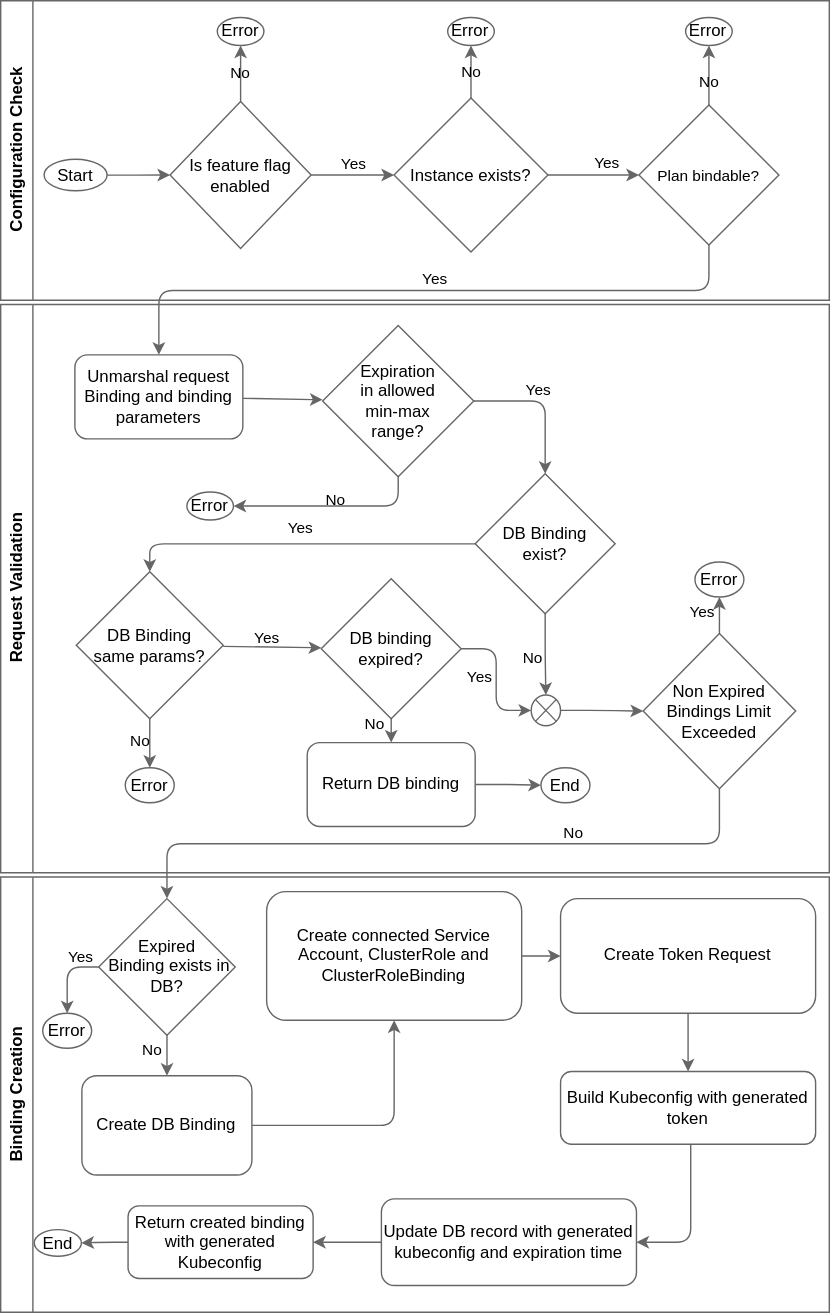
Before: docs/assets/bindings-create-flow.drawio.svg, a diagram exported from draw.io (kyma-project/kyma-environment-broker). Source tidied: cells renumbered, new cells last; positions are measured from the earlier drawing's top-left corner, leaving out a move shared by most shapes.
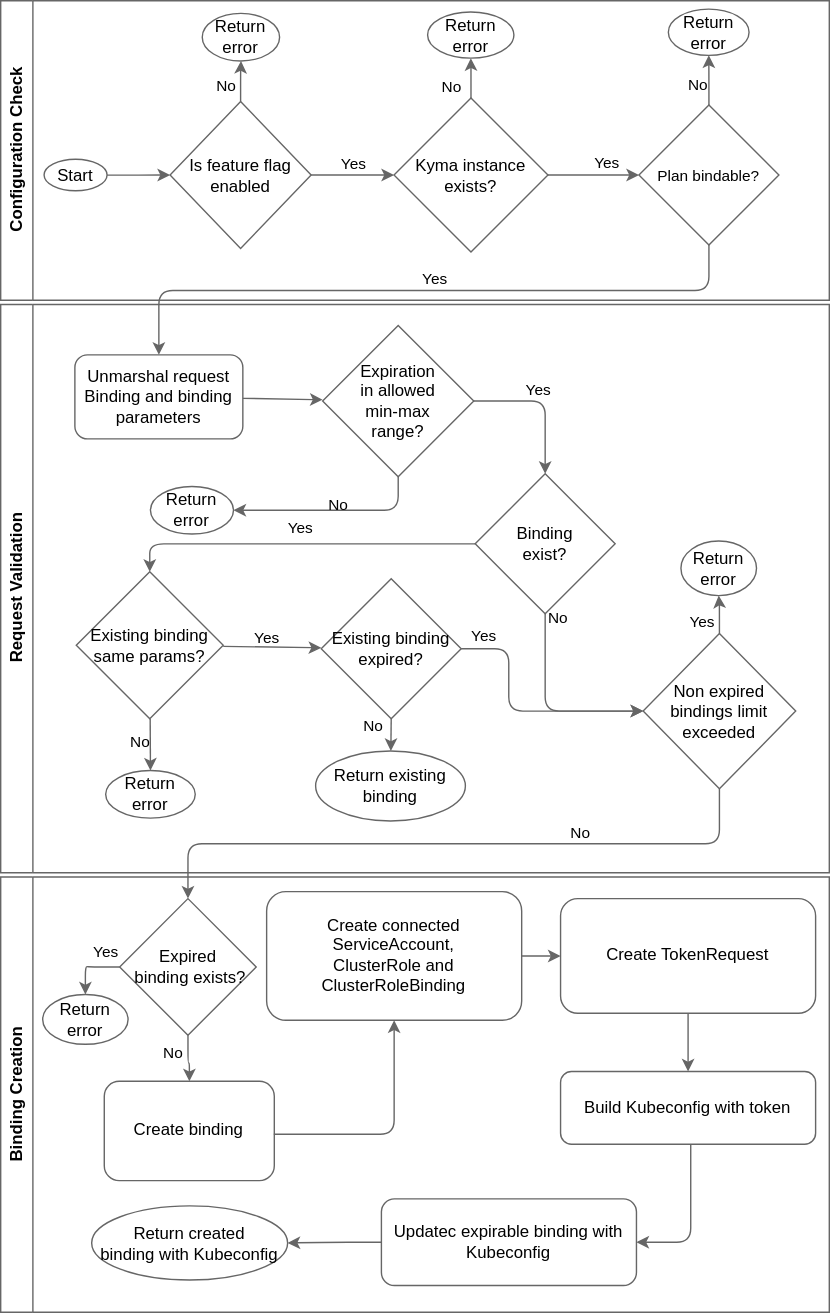
After the change.

The edit, as a diff of the source:
```diff
@@ -27,3 +27,3 @@
     <mxCell id="7" value="No" style="edgeStyle=orthogonalEdgeStyle;rounded=1;jettySize=auto;html=1;labelBackgroundColor=none;fontColor=#000000;curved=0;strokeColor=#666666;" parent="5" edge="1" source="8" target="19">
-      <mxGeometry relative="1" as="geometry" />
+      <mxGeometry x="-0.25" y="10" relative="1" as="geometry" />
     </mxCell>
@@ -36,5 +36,7 @@
     <mxCell id="10" value="No" style="edgeStyle=orthogonalEdgeStyle;rounded=1;jettySize=auto;html=1;labelBackgroundColor=none;fontColor=#000000;curved=0;strokeColor=#666666;" parent="5" edge="1" source="11" target="16">
-      <mxGeometry relative="1" as="geometry" />
+      <mxGeometry x="-0.55" y="11" relative="1" as="geometry">
+        <mxPoint x="-3" y="-2" as="offset" />
+      </mxGeometry>
     </mxCell>
-    <mxCell id="11" value="&lt;div&gt;&lt;span style=&quot;&quot;&gt;Instance exists?&lt;/span&gt;&lt;br&gt;&lt;/div&gt;" style="strokeWidth=1;html=1;shape=mxgraph.flowchart.decision;whiteSpace=wrap;rounded=0;labelBackgroundColor=none;fontColor=#000000;fillColor=#ffffff;strokeColor=#666666;" parent="5" vertex="1">
+    <mxCell id="11" value="&lt;div&gt;&lt;span style=&quot;&quot;&gt;Kyma instance exists?&lt;/span&gt;&lt;br&gt;&lt;/div&gt;" style="strokeWidth=1;html=1;shape=mxgraph.flowchart.decision;whiteSpace=wrap;rounded=0;labelBackgroundColor=none;fontColor=#000000;fillColor=#ffffff;strokeColor=#666666;" parent="5" vertex="1">
       <mxGeometry x="281" y="69.5" width="110" height="110" as="geometry" />
@@ -55,4 +57,4 @@
     </mxCell>
-    <mxCell id="16" value="Error" style="strokeWidth=1;html=1;shape=mxgraph.flowchart.start_1;whiteSpace=wrap;rounded=0;labelBackgroundColor=none;fontColor=#000000;fillColor=#ffffff;strokeColor=#666666;" parent="5" vertex="1">
-      <mxGeometry x="319.3" y="12" width="33.3" height="20" as="geometry" />
+    <mxCell id="16" value="Return error" style="strokeWidth=1;html=1;shape=mxgraph.flowchart.start_1;whiteSpace=wrap;rounded=0;labelBackgroundColor=none;fontColor=#000000;fillColor=#ffffff;strokeColor=#666666;" parent="5" vertex="1">
+      <mxGeometry x="305" y="8" width="61.7" height="33" as="geometry" />
     </mxCell>
@@ -62,9 +64,11 @@
     <mxCell id="18" value="No" style="edgeLabel;html=1;align=center;verticalAlign=middle;rounded=0;labelBackgroundColor=none;fontColor=#000000;" parent="17" vertex="1">
-      <mxGeometry x="-0.18" y="1" relative="1" as="geometry" />
+      <mxGeometry x="-0.18" y="1" relative="1" as="geometry">
+        <mxPoint x="-8" as="offset" />
+      </mxGeometry>
     </mxCell>
-    <mxCell id="19" value="Error" style="strokeWidth=1;html=1;shape=mxgraph.flowchart.start_1;whiteSpace=wrap;rounded=0;labelBackgroundColor=none;fontColor=#000000;fillColor=#ffffff;strokeColor=#666666;" parent="5" vertex="1">
-      <mxGeometry x="154.7" y="12" width="33.3" height="20" as="geometry" />
+    <mxCell id="19" value="Return error" style="strokeWidth=1;html=1;shape=mxgraph.flowchart.start_1;whiteSpace=wrap;rounded=0;labelBackgroundColor=none;fontColor=#000000;fillColor=#ffffff;strokeColor=#666666;" parent="5" vertex="1">
+      <mxGeometry x="144" y="9" width="55.3" height="34" as="geometry" />
     </mxCell>
-    <mxCell id="20" value="Error" style="strokeWidth=1;html=1;shape=mxgraph.flowchart.start_1;whiteSpace=wrap;rounded=0;labelBackgroundColor=none;fontColor=#000000;fillColor=#ffffff;strokeColor=#666666;" parent="5" vertex="1">
-      <mxGeometry x="489.3" y="12" width="33.3" height="20" as="geometry" />
+    <mxCell id="20" value="Return error" style="strokeWidth=1;html=1;shape=mxgraph.flowchart.start_1;whiteSpace=wrap;rounded=0;labelBackgroundColor=none;fontColor=#000000;fillColor=#ffffff;strokeColor=#666666;" parent="5" vertex="1">
+      <mxGeometry x="477" y="6" width="57.7" height="33" as="geometry" />
     </mxCell>
@@ -73,10 +77,12 @@
     </mxCell>
-    <mxCell id="22" style="verticalLabelPosition=bottom;verticalAlign=top;html=1;shape=mxgraph.flowchart.or;strokeColor=#666666;fillColor=#ffffff;" parent="21" vertex="1">
-      <mxGeometry x="379" y="279" width="21" height="22" as="geometry" />
-    </mxCell>
-    <mxCell id="23" value="&lt;div&gt;DB binding expired?&lt;/div&gt;" style="strokeWidth=1;html=1;shape=mxgraph.flowchart.decision;whiteSpace=wrap;rounded=0;labelBackgroundColor=none;fontColor=#000000;fillColor=#ffffff;strokeColor=#666666;" parent="21" vertex="1">
+    <mxCell id="23" value="&lt;div&gt;Existing binding expired?&lt;/div&gt;" style="strokeWidth=1;html=1;shape=mxgraph.flowchart.decision;whiteSpace=wrap;rounded=0;labelBackgroundColor=none;fontColor=#000000;fillColor=#ffffff;strokeColor=#666666;" parent="21" vertex="1">
       <mxGeometry x="229" y="196" width="100" height="100" as="geometry" />
     </mxCell>
-    <mxCell id="24" value="Yes" style="edgeStyle=orthogonalEdgeStyle;rounded=1;jettySize=auto;html=1;labelBackgroundColor=none;fontColor=#000000;strokeColor=#666666;curved=0;entryX=0;entryY=0.5;entryDx=0;entryDy=0;entryPerimeter=0;exitX=1;exitY=0.5;exitDx=0;exitDy=0;exitPerimeter=0;" parent="21" edge="1" source="23" target="22">
-      <mxGeometry x="-0.04" y="-12" relative="1" as="geometry" />
+    <mxCell id="24" value="Yes" style="edgeStyle=orthogonalEdgeStyle;rounded=1;jettySize=auto;html=1;labelBackgroundColor=none;fontColor=#000000;strokeColor=#666666;curved=0;entryX=0;entryY=0.5;entryDx=0;entryDy=0;entryPerimeter=0;exitX=1;exitY=0.5;exitDx=0;exitDy=0;exitPerimeter=0;" parent="21" edge="1" source="23" target="39">
+      <mxGeometry x="-0.82" y="9" relative="1" as="geometry">
+        <Array as="points">
+          <mxPoint x="363" y="246" />
+          <mxPoint x="363" y="291" />
+        </Array>
+      </mxGeometry>
     </mxCell>
@@ -85,10 +91,10 @@
     </mxCell>
-    <mxCell id="26" value="&lt;div&gt;DB Binding&lt;br&gt;exist?&lt;/div&gt;" style="strokeWidth=1;html=1;shape=mxgraph.flowchart.decision;whiteSpace=wrap;rounded=0;labelBackgroundColor=none;fontColor=#000000;fillColor=#ffffff;strokeColor=#666666;" parent="21" vertex="1">
+    <mxCell id="26" value="&lt;div&gt;Binding&lt;br&gt;exist?&lt;/div&gt;" style="strokeWidth=1;html=1;shape=mxgraph.flowchart.decision;whiteSpace=wrap;rounded=0;labelBackgroundColor=none;fontColor=#000000;fillColor=#ffffff;strokeColor=#666666;" parent="21" vertex="1">
       <mxGeometry x="339" y="121" width="100" height="100" as="geometry" />
     </mxCell>
-    <mxCell id="27" value="No" style="edgeStyle=orthogonalEdgeStyle;rounded=1;jettySize=auto;html=1;labelBackgroundColor=none;fontColor=#000000;strokeColor=#666666;entryX=0.5;entryY=0;entryDx=0;entryDy=0;curved=0;entryPerimeter=0;exitX=0.5;exitY=1;exitDx=0;exitDy=0;exitPerimeter=0;" parent="21" edge="1" source="26" target="22">
-      <mxGeometry x="0.1" y="-10" relative="1" as="geometry" />
+    <mxCell id="27" value="No" style="edgeStyle=orthogonalEdgeStyle;rounded=1;jettySize=auto;html=1;labelBackgroundColor=none;fontColor=#000000;strokeColor=#666666;entryX=0;entryY=0.5;entryDx=0;entryDy=0;curved=0;entryPerimeter=0;exitX=0.5;exitY=1;exitDx=0;exitDy=0;exitPerimeter=0;" parent="21" edge="1" source="26" target="39">
+      <mxGeometry x="-0.96" y="9" relative="1" as="geometry" />
     </mxCell>
-    <mxCell id="28" value="Error" style="strokeWidth=1;html=1;shape=mxgraph.flowchart.start_1;whiteSpace=wrap;rounded=0;labelBackgroundColor=none;fontColor=#000000;fillColor=#ffffff;strokeColor=#666666;" parent="21" vertex="1">
-      <mxGeometry x="133" y="134" width="33.3" height="20" as="geometry" />
+    <mxCell id="28" value="Return error" style="strokeWidth=1;html=1;shape=mxgraph.flowchart.start_1;whiteSpace=wrap;rounded=0;labelBackgroundColor=none;fontColor=#000000;fillColor=#ffffff;strokeColor=#666666;" parent="21" vertex="1">
+      <mxGeometry x="107" y="130" width="59.3" height="34" as="geometry" />
     </mxCell>
@@ -111,6 +117,6 @@
     </mxCell>
-    <mxCell id="34" value="Error" style="strokeWidth=1;html=1;shape=mxgraph.flowchart.start_1;whiteSpace=wrap;rounded=0;labelBackgroundColor=none;fontColor=#000000;fillColor=#ffffff;strokeColor=#666666;" parent="21" vertex="1">
-      <mxGeometry x="89" y="331" width="35" height="25" as="geometry" />
+    <mxCell id="34" value="Return error" style="strokeWidth=1;html=1;shape=mxgraph.flowchart.start_1;whiteSpace=wrap;rounded=0;labelBackgroundColor=none;fontColor=#000000;fillColor=#ffffff;strokeColor=#666666;" parent="21" vertex="1">
+      <mxGeometry x="75" y="333" width="64" height="34" as="geometry" />
     </mxCell>
-    <mxCell id="35" value="&lt;div&gt;DB Binding&lt;br&gt;same params?&lt;/div&gt;" style="strokeWidth=1;html=1;shape=mxgraph.flowchart.decision;whiteSpace=wrap;rounded=0;labelBackgroundColor=none;fontColor=#000000;fillColor=#ffffff;strokeColor=#666666;" parent="21" vertex="1">
+    <mxCell id="35" value="&lt;div&gt;Existing binding&lt;br&gt;same params?&lt;/div&gt;" style="strokeWidth=1;html=1;shape=mxgraph.flowchart.decision;whiteSpace=wrap;rounded=0;labelBackgroundColor=none;fontColor=#000000;fillColor=#ffffff;strokeColor=#666666;" parent="21" vertex="1">
       <mxGeometry x="54" y="191" width="105" height="105" as="geometry" />
@@ -128,3 +134,3 @@
     </mxCell>
-    <mxCell id="39" value="Non Expired Bindings Limit Exceeded" style="strokeWidth=1;html=1;shape=mxgraph.flowchart.decision;whiteSpace=wrap;rounded=0;labelBackgroundColor=none;fontColor=#000000;fillColor=#ffffff;strokeColor=#666666;" parent="21" vertex="1">
+    <mxCell id="39" value="Non expired bindings limit exceeded" style="strokeWidth=1;html=1;shape=mxgraph.flowchart.decision;whiteSpace=wrap;rounded=0;labelBackgroundColor=none;fontColor=#000000;fillColor=#ffffff;strokeColor=#666666;" parent="21" vertex="1">
       <mxGeometry x="459" y="235" width="109" height="111" as="geometry" />
@@ -134,13 +140,6 @@
     </mxCell>
-    <mxCell id="41" style="edgeStyle=orthogonalEdgeStyle;rounded=1;jettySize=auto;html=1;strokeColor=#666666;curved=0;entryX=0;entryY=0.5;entryDx=0;entryDy=0;entryPerimeter=0;exitX=1;exitY=0.5;exitDx=0;exitDy=0;exitPerimeter=0;" parent="21" edge="1" source="22" target="39">
-      <mxGeometry relative="1" as="geometry" />
-    </mxCell>
-    <mxCell id="42" style="edgeStyle=orthogonalEdgeStyle;rounded=0;jettySize=auto;html=1;strokeColor=#666666;" parent="21" edge="1" source="43" target="49">
-      <mxGeometry relative="1" as="geometry" />
-    </mxCell>
-    <mxCell id="43" value="Return DB binding" style="whiteSpace=wrap;html=1;strokeWidth=1;rounded=1;labelBackgroundColor=none;fontColor=#000000;fillColor=#ffffff;strokeColor=#666666;" parent="21" vertex="1">
-      <mxGeometry x="219" y="313" width="120" height="60" as="geometry" />
-    </mxCell>
-    <mxCell id="44" style="edgeStyle=none;curved=0;rounded=1;jettySize=auto;html=1;fontFamily=Architects Daughter;fontSource=https%3A%2F%2Ffonts.googleapis.com%2Fcss%3Ffamily%3DArchitects%2BDaughter;fontSize=16;startSize=6;endArrow=classic;endSize=6;sourcePerimeterSpacing=0;targetPerimeterSpacing=0;endFill=1;labelBackgroundColor=none;fontColor=#000000;strokeColor=#666666;exitX=0.5;exitY=1;exitDx=0;exitDy=0;exitPerimeter=0;entryX=0.5;entryY=0;entryDx=0;entryDy=0;" parent="21" edge="1" source="23" target="43">
-      <mxGeometry relative="1" as="geometry" />
+    <mxCell id="44" style="edgeStyle=none;curved=0;rounded=1;jettySize=auto;html=1;fontFamily=Architects Daughter;fontSource=https%3A%2F%2Ffonts.googleapis.com%2Fcss%3Ffamily%3DArchitects%2BDaughter;fontSize=16;startSize=6;endArrow=classic;endSize=6;sourcePerimeterSpacing=0;targetPerimeterSpacing=0;endFill=1;labelBackgroundColor=none;fontColor=#000000;strokeColor=#666666;" parent="21" edge="1" target="49">
+      <mxGeometry relative="1" as="geometry">
+        <mxPoint x="279" y="296" as="sourcePoint" />
+      </mxGeometry>
     </mxCell>
@@ -151,4 +150,4 @@
     </mxCell>
-    <mxCell id="46" value="Error" style="strokeWidth=1;html=1;shape=mxgraph.flowchart.start_1;whiteSpace=wrap;rounded=0;labelBackgroundColor=none;fontColor=#000000;fillColor=#ffffff;strokeColor=#666666;" parent="21" vertex="1">
-      <mxGeometry x="496" y="184" width="35" height="25" as="geometry" />
+    <mxCell id="46" value="Return error" style="strokeWidth=1;html=1;shape=mxgraph.flowchart.start_1;whiteSpace=wrap;rounded=0;labelBackgroundColor=none;fontColor=#000000;fillColor=#ffffff;strokeColor=#666666;" parent="21" vertex="1">
+      <mxGeometry x="486" y="169" width="54" height="39" as="geometry" />
     </mxCell>
@@ -162,4 +161,4 @@
     </mxCell>
-    <mxCell id="49" value="End" style="strokeWidth=1;html=1;shape=mxgraph.flowchart.start_1;whiteSpace=wrap;rounded=0;labelBackgroundColor=none;fontColor=#000000;fillColor=#ffffff;strokeColor=#666666;" parent="21" vertex="1">
-      <mxGeometry x="386" y="331" width="35" height="25" as="geometry" />
+    <mxCell id="49" value="Return existing binding" style="strokeWidth=1;html=1;shape=mxgraph.flowchart.start_1;whiteSpace=wrap;rounded=0;labelBackgroundColor=none;fontColor=#000000;fillColor=#ffffff;strokeColor=#666666;" parent="21" vertex="1">
+      <mxGeometry x="225" y="319" width="107" height="50" as="geometry" />
     </mxCell>
@@ -168,18 +167,18 @@
     </mxCell>
-    <mxCell id="51" value="Build Kubeconfig with generated token" style="whiteSpace=wrap;html=1;labelBackgroundColor=none;fontColor=#000000;fillColor=#ffffff;strokeColor=#666666;rounded=1;" parent="50" vertex="1">
+    <mxCell id="51" value="Build Kubeconfig with token" style="whiteSpace=wrap;html=1;labelBackgroundColor=none;fontColor=#000000;fillColor=#ffffff;strokeColor=#666666;rounded=1;" parent="50" vertex="1">
       <mxGeometry x="400" y="139" width="182.2" height="51.9" as="geometry" />
     </mxCell>
-    <mxCell id="52" value="End" style="strokeWidth=1;html=1;shape=mxgraph.flowchart.start_1;whiteSpace=wrap;rounded=0;labelBackgroundColor=none;fontColor=#000000;fillColor=#ffffff;strokeColor=#666666;" parent="50" vertex="1">
-      <mxGeometry x="24" y="252" width="33.6" height="19" as="geometry" />
+    <mxCell id="52" value="Return created&lt;br&gt;binding with Kubeconfig" style="strokeWidth=1;html=1;shape=mxgraph.flowchart.start_1;whiteSpace=wrap;rounded=0;labelBackgroundColor=none;fontColor=#000000;fillColor=#ffffff;strokeColor=#666666;" parent="50" vertex="1">
+      <mxGeometry x="65" y="235" width="140" height="53" as="geometry" />
     </mxCell>
-    <mxCell id="53" value="Create DB Binding" style="whiteSpace=wrap;html=1;labelBackgroundColor=none;fontColor=#000000;fillColor=#ffffff;strokeColor=#666666;rounded=1;" parent="50" vertex="1">
-      <mxGeometry x="58" y="142" width="121.5" height="71" as="geometry" />
+    <mxCell id="53" value="Create binding" style="whiteSpace=wrap;html=1;labelBackgroundColor=none;fontColor=#000000;fillColor=#ffffff;strokeColor=#666666;rounded=1;" parent="50" vertex="1">
+      <mxGeometry x="74" y="146" width="121.5" height="71" as="geometry" />
     </mxCell>
-    <mxCell id="54" value="Create connected Service Account, ClusterRole and ClusterRoleBinding" style="whiteSpace=wrap;html=1;labelBackgroundColor=none;fontColor=#000000;fillColor=#ffffff;strokeColor=#666666;rounded=1;" parent="50" vertex="1">
+    <mxCell id="54" value="Create connected ServiceAccount, &lt;br&gt;ClusterRole and ClusterRoleBinding" style="whiteSpace=wrap;html=1;labelBackgroundColor=none;fontColor=#000000;fillColor=#ffffff;strokeColor=#666666;rounded=1;" parent="50" vertex="1">
       <mxGeometry x="190" y="10.5" width="182.2" height="91.9" as="geometry" />
     </mxCell>
-    <mxCell id="55" style="edgeStyle=orthogonalEdgeStyle;rounded=1;jettySize=auto;html=1;labelBackgroundColor=none;fontColor=#000000;strokeColor=#666666;curved=0;" parent="50" edge="1" source="53" target="54">
+    <mxCell id="55" style="edgeStyle=orthogonalEdgeStyle;rounded=1;jettySize=auto;html=1;labelBackgroundColor=none;fontColor=#000000;strokeColor=#666666;curved=0;exitX=0.997;exitY=0.533;exitDx=0;exitDy=0;exitPerimeter=0;" parent="50" edge="1" source="53" target="54">
       <mxGeometry relative="1" as="geometry" />
     </mxCell>
-    <mxCell id="56" value="Create Token Request" style="whiteSpace=wrap;html=1;labelBackgroundColor=none;fontColor=#000000;fillColor=#ffffff;strokeColor=#666666;rounded=1;" parent="50" vertex="1">
+    <mxCell id="56" value="Create TokenRequest" style="whiteSpace=wrap;html=1;labelBackgroundColor=none;fontColor=#000000;fillColor=#ffffff;strokeColor=#666666;rounded=1;" parent="50" vertex="1">
       <mxGeometry x="400" y="15.5" width="182.2" height="81.9" as="geometry" />
@@ -192,3 +191,3 @@
     </mxCell>
-    <mxCell id="59" value="Update DB record with generated kubeconfig and expiration time" style="whiteSpace=wrap;html=1;labelBackgroundColor=none;fontColor=#000000;fillColor=#ffffff;strokeColor=#666666;rounded=1;" parent="50" vertex="1">
+    <mxCell id="59" value="Updatec expirable binding with Kubeconfig" style="whiteSpace=wrap;html=1;labelBackgroundColor=none;fontColor=#000000;fillColor=#ffffff;strokeColor=#666666;rounded=1;" parent="50" vertex="1">
       <mxGeometry x="272" y="230" width="182.2" height="61.9" as="geometry" />
@@ -202,11 +201,5 @@
     </mxCell>
-    <mxCell id="61" value="Return created binding with generated Kubeconfig" style="whiteSpace=wrap;html=1;labelBackgroundColor=none;fontColor=#000000;fillColor=#ffffff;strokeColor=#666666;rounded=1;" parent="50" vertex="1">
-      <mxGeometry x="91" y="235" width="132.2" height="51.9" as="geometry" />
-    </mxCell>
-    <mxCell id="62" style="edgeStyle=orthogonalEdgeStyle;rounded=1;jettySize=auto;html=1;labelBackgroundColor=none;fontColor=#000000;strokeColor=#666666;curved=0;" parent="50" edge="1" source="59" target="61">
+    <mxCell id="62" style="edgeStyle=orthogonalEdgeStyle;rounded=1;jettySize=auto;html=1;labelBackgroundColor=none;fontColor=#000000;strokeColor=#666666;curved=0;" parent="50" edge="1" source="59" target="52">
       <mxGeometry relative="1" as="geometry" />
     </mxCell>
-    <mxCell id="63" style="edgeStyle=orthogonalEdgeStyle;rounded=1;jettySize=auto;html=1;labelBackgroundColor=none;fontColor=#000000;strokeColor=#666666;curved=0;" parent="50" edge="1" source="61" target="52">
-      <mxGeometry relative="1" as="geometry" />
-    </mxCell>
     <mxCell id="64" value="No" style="edgeStyle=orthogonalEdgeStyle;rounded=1;jettySize=auto;html=1;labelBackgroundColor=none;fontColor=#000000;strokeColor=#666666;curved=0;" parent="50" edge="1" source="65" target="53">
@@ -214,10 +207,15 @@
     </mxCell>
-    <mxCell id="65" value="Expired&lt;br&gt;&amp;nbsp;Binding exists in DB?" style="rhombus;whiteSpace=wrap;html=1;labelBackgroundColor=none;fontColor=#000000;fillColor=#ffffff;strokeColor=#666666;" parent="50" vertex="1">
-      <mxGeometry x="70" y="15.5" width="97.6" height="97.6" as="geometry" />
+    <mxCell id="65" value="Expired&lt;br&gt;&amp;nbsp;binding exists?" style="rhombus;whiteSpace=wrap;html=1;labelBackgroundColor=none;fontColor=#000000;fillColor=#ffffff;strokeColor=#666666;" parent="50" vertex="1">
+      <mxGeometry x="85" y="15.5" width="97.6" height="97.6" as="geometry" />
     </mxCell>
-    <mxCell id="66" value="Error" style="strokeWidth=1;html=1;shape=mxgraph.flowchart.start_1;whiteSpace=wrap;rounded=0;labelBackgroundColor=none;fontColor=#000000;fillColor=#ffffff;strokeColor=#666666;" parent="50" vertex="1">
-      <mxGeometry x="30" y="97.4" width="35" height="25" as="geometry" />
+    <mxCell id="66" value="Return error" style="strokeWidth=1;html=1;shape=mxgraph.flowchart.start_1;whiteSpace=wrap;rounded=0;labelBackgroundColor=none;fontColor=#000000;fillColor=#ffffff;strokeColor=#666666;" parent="50" vertex="1">
+      <mxGeometry x="30" y="84" width="61" height="35.6" as="geometry" />
     </mxCell>
-    <mxCell id="67" value="Yes" style="edgeStyle=orthogonalEdgeStyle;rounded=1;jettySize=auto;html=1;entryX=0.5;entryY=0;entryDx=0;entryDy=0;entryPerimeter=0;labelBackgroundColor=none;fontColor=#000000;strokeColor=#666666;curved=0;" parent="50" edge="1" source="65" target="66">
-      <mxGeometry x="-0.53" y="-7" relative="1" as="geometry" />
+    <mxCell id="67" value="Yes" style="edgeStyle=orthogonalEdgeStyle;rounded=1;jettySize=auto;html=1;labelBackgroundColor=none;fontColor=#000000;strokeColor=#666666;curved=0;entryX=0.5;entryY=0;entryDx=0;entryDy=0;entryPerimeter=0;" parent="50" edge="1" source="65" target="66">
+      <mxGeometry x="-0.55" y="-10" relative="1" as="geometry">
+        <Array as="points">
+          <mxPoint x="65" y="64" />
+          <mxPoint x="61" y="64" />
+        </Array>
+      </mxGeometry>
     </mxCell>
```
